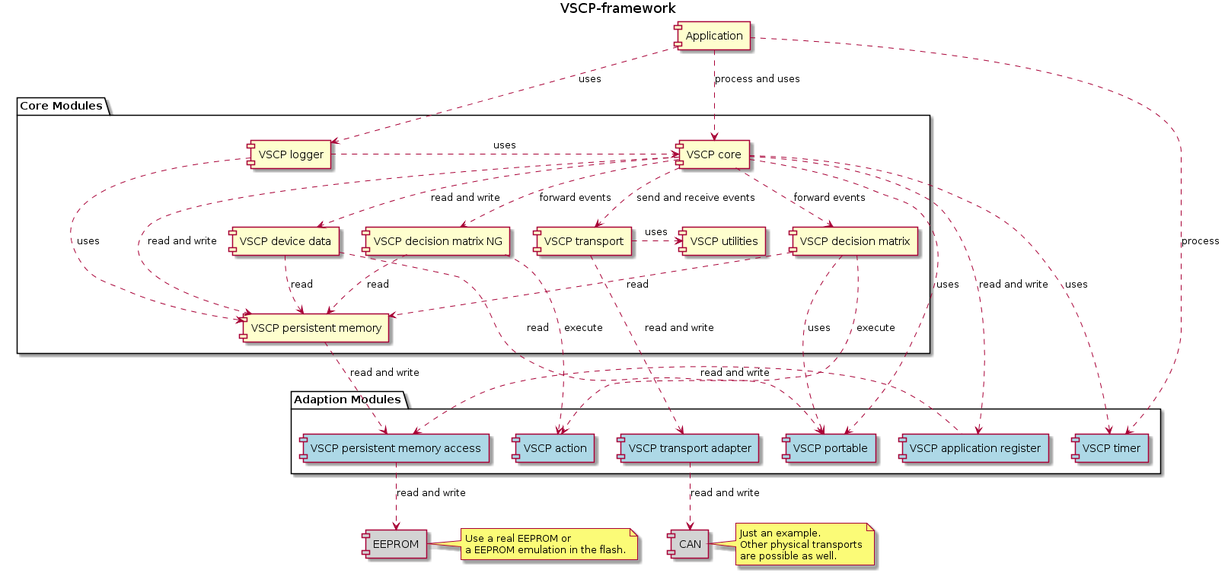
Before: doc/doxfiles/vscp_modules.png, a diagram exported from PlantUML (BlueAndi/vscp-framework). Its diagram source:
```plantuml
@startuml
title VSCP-framework

package "Core Modules" as core_modules {
    component "VSCP logger" as logger
    component "VSCP core" as core
    component "VSCP device data" as device_data
    component "VSCP decision matrix" as dm
    component "VSCP decision matrix NG" as dm_ng
    component "VSCP transport" as transport
    component "VSCP utilities" as utilities
    component "VSCP persistent memory" as ps
}

package "Adaption Modules" as adaption_modules {
    component "VSCP timer" as timer #LightBlue
    component "VSCP transport adapter" as transport_adapter #LightBlue
    component "VSCP action" as action #LightBlue
    component "VSCP portable" as portable #LightBlue
    component "VSCP application register" as application_register #LightBlue
    component "VSCP persistent memory access" as ps_access #LightBlue
}

component "CAN" as can #LightGray
component "EEPROM" as eeprom #LightGray

component "Application" as app

app ..> logger: uses
app ..> core: process and uses
app ..> timer: process

logger .> core: uses
logger ..> ps: uses

core ..> timer: uses
core ..> application_register: read and write
core ..> portable: uses
core ..> device_data: read and write
core ..> dm: forward events
core ..> dm_ng: forward events
core ..> transport: send and receive events
core ..> ps: read and write

dm ..> action: execute
dm ..> portable: uses
dm ..> ps: read

dm_ng ..> ps: read
dm_ng ..> action: execute

ps ..> ps_access: read and write

transport .> utilities: uses
transport ..> transport_adapter: read and write

device_data ..> ps: read
device_data ..> portable: read

transport_adapter ..> can: read and write

ps_access ..> eeprom: read and write

application_register .left.> ps_access: read and write

note right of eeprom
    Use a real EEPROM or
    a EEPROM emulation in the flash.
end note

note right of can
    Just an example.
    Other physical transports
    are possible as well.
end note
@enduml
```
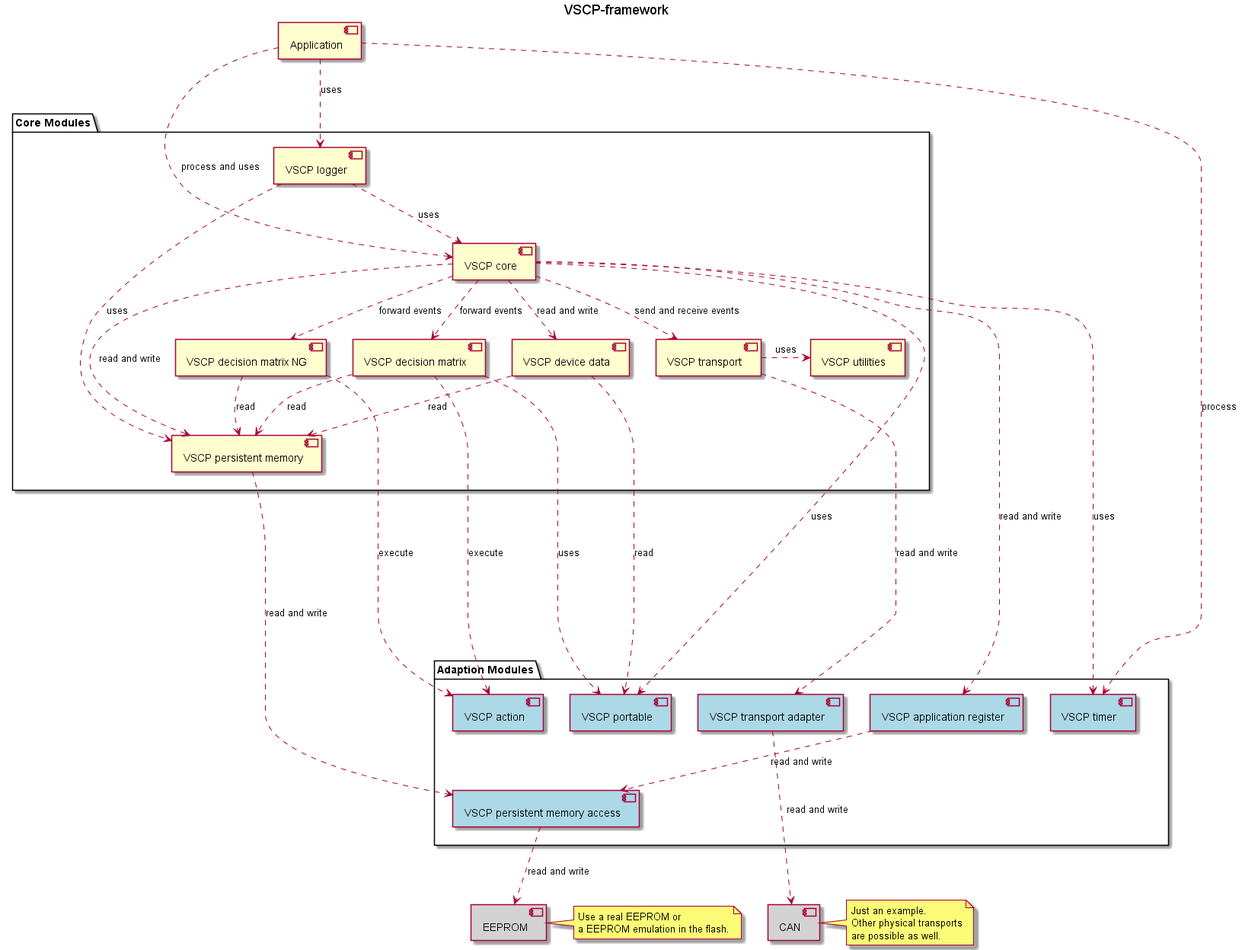
After the change.

Change to the diagram source:
```diff
@@ -1,4 +1,5 @@
 @startuml
+
 title VSCP-framework
 
 package "Core Modules" as core_modules {
@@ -30,7 +31,7 @@
 app ..> core: process and uses
 app ..> timer: process
 
-logger .> core: uses
+logger ..> core: uses
 logger ..> ps: uses
 
 core ..> timer: uses
@@ -57,11 +58,11 @@
 device_data ..> ps: read
 device_data ..> portable: read
 
-transport_adapter ..> can: read and write
+transport_adapter ...> can: read and write
 
 ps_access ..> eeprom: read and write
 
-application_register .left.> ps_access: read and write
+application_register ..> ps_access: read and write
 
 note right of eeprom
     Use a real EEPROM or
@@ -73,4 +74,7 @@
     Other physical transports
     are possible as well.
 end note
+
+core_modules -[hidden]------ adaption_modules
+
 @enduml
```
